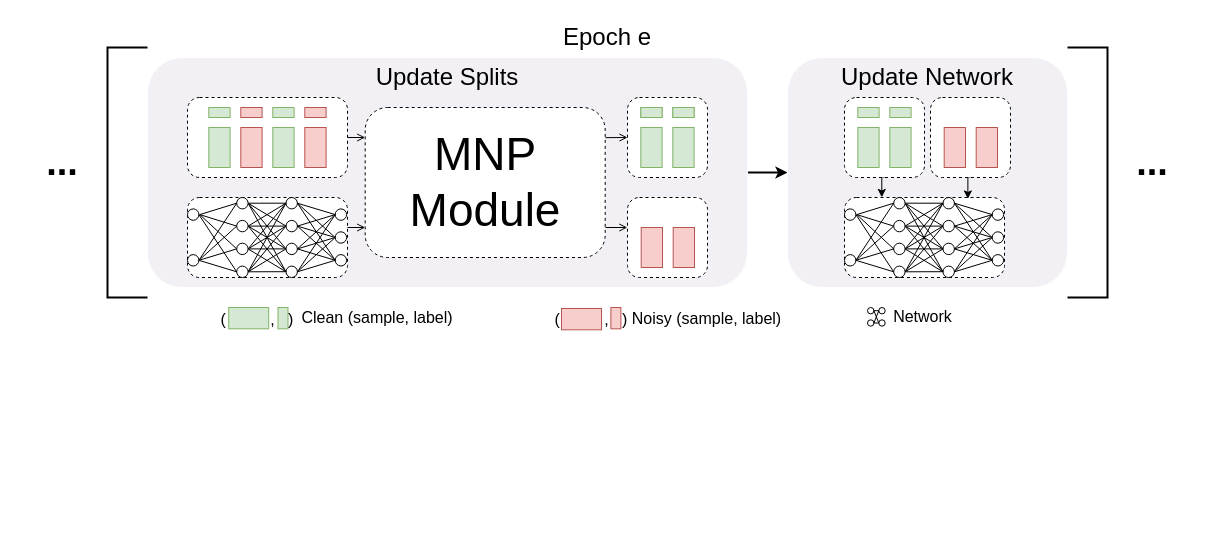
Earlier version of the draw.io diagram asset/Untitled Diagram.drawio (ShiningSord/AutoNovel). Source tidied: cells renumbered, new cells numbered last; positions are measured from the earlier drawing's top-left corner, leaving out a move shared by most shapes. Both pictures are drawn from the tidied source at 100%, with x=0, y=0 at pixel (17, 17).
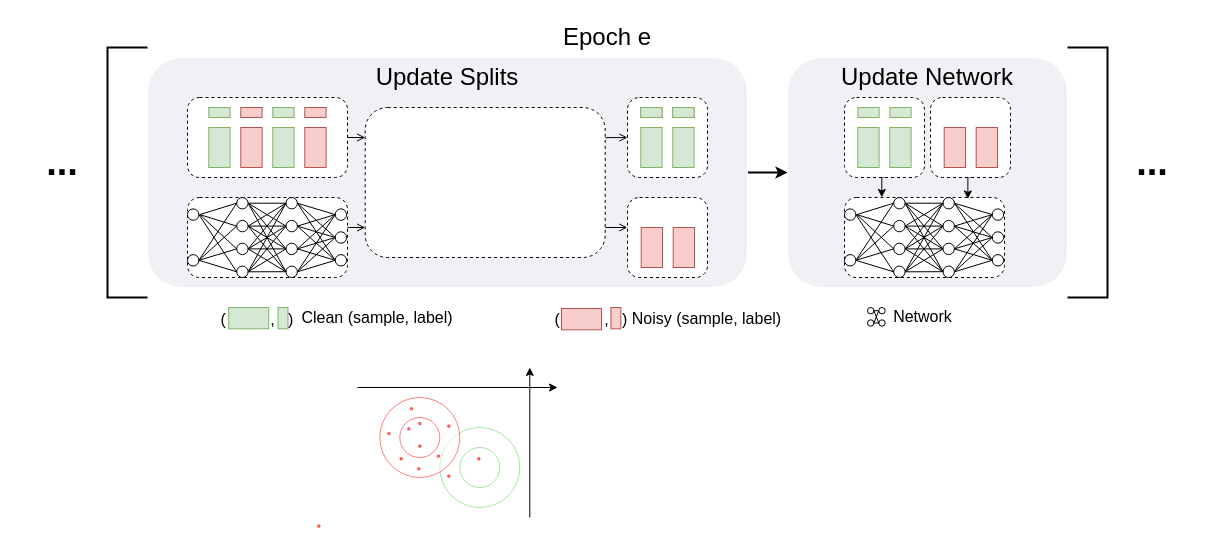
The same diagram, later.

Diff of the diagram source:
```diff
@@
-    <mxCell id="56" value="&lt;p style=&quot;font-size: 46px&quot;&gt;&lt;font style=&quot;font-size: 46px&quot;&gt;MNP&lt;br&gt; Module&lt;/font&gt;&lt;/p&gt;" style="rounded=1;whiteSpace=wrap;html=1;shadow=0;glass=0;dashed=1;sketch=0;strokeColor=#000000;strokeWidth=1;gradientColor=none;" parent="1" vertex="1">
+    <mxCell id="56" style="rounded=1;whiteSpace=wrap;html=1;shadow=0;glass=0;dashed=1;sketch=0;strokeColor=#000000;strokeWidth=1;gradientColor=none;" parent="1" vertex="1">
       <mxGeometry x="347.7" y="90" width="240" height="150" as="geometry" />
     </mxCell>
@@
+    <mxCell id="175" style="group;" parent="1" vertex="1">
+      <mxGeometry x="340" y="350" width="200" height="150" as="geometry" />
+    </mxCell>
+    <mxCell id="176" style="group;" parent="175" vertex="1">
+      <mxGeometry x="82.3" y="60" width="80" height="80" as="geometry" />
+    </mxCell>
+    <mxCell id="177" style="ellipse;whiteSpace=wrap;html=1;rounded=0;shadow=0;glass=0;sketch=0;fillColor=#FFFFFF;gradientColor=none;strokeColor=#4DD03E;opacity=50;" parent="176" vertex="1">
+      <mxGeometry width="80" height="80" as="geometry" />
+    </mxCell>
+    <mxCell id="178" style="ellipse;whiteSpace=wrap;html=1;rounded=0;shadow=0;glass=0;sketch=0;fillColor=#FFFFFF;gradientColor=none;strokeColor=#4DD03E;opacity=50;" parent="176" vertex="1">
+      <mxGeometry x="20" y="20" width="40" height="40" as="geometry" />
+    </mxCell>
+    <mxCell id="179" style="ellipse;whiteSpace=wrap;html=1;rounded=0;shadow=0;glass=0;sketch=0;strokeColor=#FF0000;gradientColor=none;opacity=50;fillColor=#FF0000;" parent="176" vertex="1">
+      <mxGeometry x="37.7" y="30" width="2.7" height="2.7" as="geometry" />
+    </mxCell>
+    <mxCell id="180" style="group;" parent="175" vertex="1">
+      <mxGeometry x="22.3" y="30" width="80" height="80" as="geometry" />
+    </mxCell>
+    <mxCell id="181" style="ellipse;whiteSpace=wrap;html=1;rounded=0;shadow=0;glass=0;sketch=0;fillColor=#FFFFFF;gradientColor=none;opacity=50;strokeColor=#FF0000;" parent="180" vertex="1">
+      <mxGeometry width="80" height="80" as="geometry" />
+    </mxCell>
+    <mxCell id="182" style="ellipse;whiteSpace=wrap;html=1;rounded=0;shadow=0;glass=0;sketch=0;fillColor=#FFFFFF;gradientColor=none;opacity=50;strokeColor=#FF0000;" parent="180" vertex="1">
+      <mxGeometry x="20" y="20" width="40" height="40" as="geometry" />
+    </mxCell>
+    <mxCell id="183" style="ellipse;whiteSpace=wrap;html=1;rounded=0;shadow=0;glass=0;sketch=0;strokeColor=#FF0000;gradientColor=none;opacity=50;fillColor=#FF0000;" parent="180" vertex="1">
+      <mxGeometry x="27.7" y="30" width="2.7" height="2.7" as="geometry" />
+    </mxCell>
+    <mxCell id="184" style="ellipse;whiteSpace=wrap;html=1;rounded=0;shadow=0;glass=0;sketch=0;strokeColor=#FF0000;gradientColor=none;opacity=50;fillColor=#FF0000;" parent="180" vertex="1">
+      <mxGeometry x="20" y="60" width="2.7" height="2.7" as="geometry" />
+    </mxCell>
+    <mxCell id="185" style="ellipse;whiteSpace=wrap;html=1;rounded=0;shadow=0;glass=0;sketch=0;strokeColor=#FF0000;gradientColor=none;opacity=50;fillColor=#FF0000;" parent="180" vertex="1">
+      <mxGeometry x="38.7" y="47.3" width="2.7" height="2.7" as="geometry" />
+    </mxCell>
+    <mxCell id="186" style="ellipse;whiteSpace=wrap;html=1;rounded=0;shadow=0;glass=0;sketch=0;strokeColor=#FF0000;gradientColor=none;opacity=50;fillColor=#FF0000;" parent="180" vertex="1">
+      <mxGeometry x="67.7" y="27.3" width="2.7" height="2.7" as="geometry" />
+    </mxCell>
+    <mxCell id="187" style="ellipse;whiteSpace=wrap;html=1;rounded=0;shadow=0;glass=0;sketch=0;strokeColor=#FF0000;gradientColor=none;opacity=50;fillColor=#FF0000;" parent="180" vertex="1">
+      <mxGeometry x="67.7" y="77.3" width="2.7" height="2.7" as="geometry" />
+    </mxCell>
+    <mxCell id="188" style="ellipse;whiteSpace=wrap;html=1;rounded=0;shadow=0;glass=0;sketch=0;strokeColor=#FF0000;gradientColor=none;opacity=50;fillColor=#FF0000;" parent="180" vertex="1">
+      <mxGeometry x="57.3" y="57.3" width="2.7" height="2.7" as="geometry" />
+    </mxCell>
+    <mxCell id="189" style="ellipse;whiteSpace=wrap;html=1;rounded=0;shadow=0;glass=0;sketch=0;strokeColor=#FF0000;gradientColor=none;opacity=50;fillColor=#FF0000;" parent="180" vertex="1">
+      <mxGeometry x="38.7" y="24.7" width="2.7" height="2.7" as="geometry" />
+    </mxCell>
+    <mxCell id="190" style="ellipse;whiteSpace=wrap;html=1;rounded=0;shadow=0;glass=0;sketch=0;strokeColor=#FF0000;gradientColor=none;opacity=50;fillColor=#FF0000;" parent="180" vertex="1">
+      <mxGeometry x="30.3" y="10" width="2.7" height="2.7" as="geometry" />
+    </mxCell>
+    <mxCell id="191" style="endArrow=classic;html=1;" parent="175" edge="1">
+      <mxGeometry relative="1" as="geometry">
+        <mxPoint y="20" as="sourcePoint" />
+        <mxPoint x="200" y="20" as="targetPoint" />
+      </mxGeometry>
+    </mxCell>
+    <mxCell id="192" style="endArrow=classic;html=1;" parent="175" edge="1">
+      <mxGeometry relative="1" as="geometry">
+        <mxPoint x="172.3" y="150" as="sourcePoint" />
+        <mxPoint x="172.3" as="targetPoint" />
+      </mxGeometry>
+    </mxCell>
+    <mxCell id="193" style="ellipse;whiteSpace=wrap;html=1;rounded=0;shadow=0;glass=0;sketch=0;strokeColor=#FF0000;gradientColor=none;opacity=50;fillColor=#FF0000;" parent="1" vertex="1">
+      <mxGeometry x="370" y="414.7" width="2.7" height="2.7" as="geometry" />
+    </mxCell>
+    <mxCell id="194" style="ellipse;whiteSpace=wrap;html=1;rounded=0;shadow=0;glass=0;sketch=0;strokeColor=#FF0000;gradientColor=none;opacity=50;fillColor=#FF0000;" parent="1" vertex="1">
+      <mxGeometry x="400" y="450" width="2.7" height="2.7" as="geometry" />
+    </mxCell>
+    <mxCell id="195" style="ellipse;whiteSpace=wrap;html=1;rounded=0;shadow=0;glass=0;sketch=0;strokeColor=#FF0000;gradientColor=none;opacity=50;fillColor=#FF0000;" parent="1" vertex="1">
+      <mxGeometry x="300" y="507.3" width="2.7" height="2.7" as="geometry" />
+    </mxCell>
```
